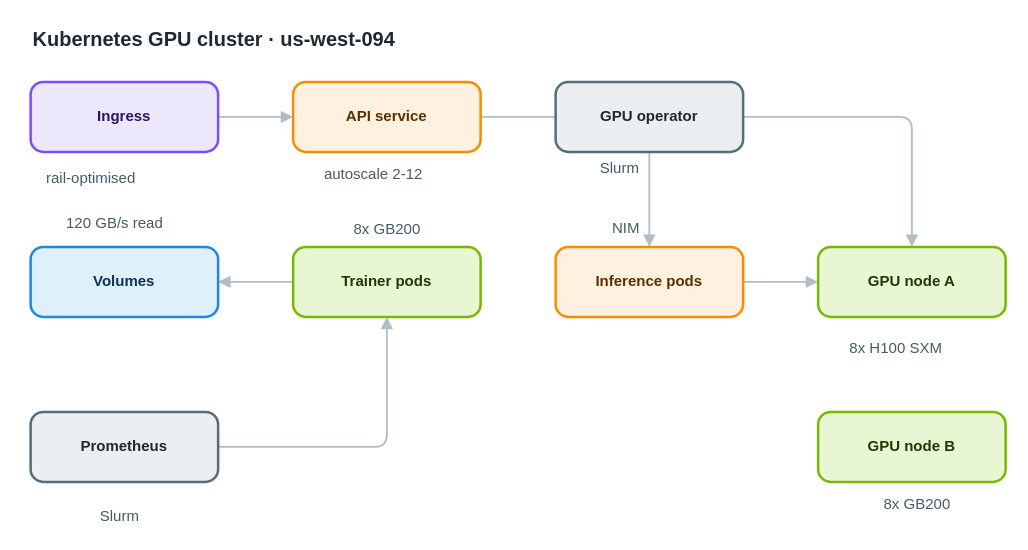
The draw.io diagram apps/web/public/samples/library/094-kubernetes-gpu-cluster.drawio in AryanG01/open-apprentice, before the edit. Source tidied: cells renumbered, new cells numbered last; positions are measured from the earlier drawing's top-left corner, leaving out a move shared by most shapes. Both pictures are drawn from the tidied source at 125%, with x=0, y=0 at pixel (21, 21).
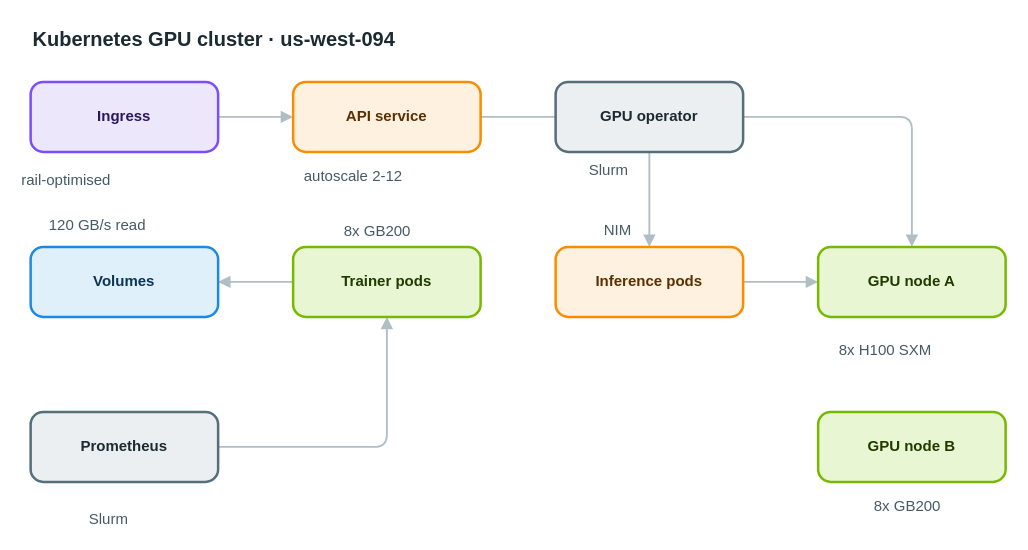
Above is the later version.

The edit, as a diff of the source:
```diff
@@
-    <mxCell id="18" value="rail-optimised" style="text;html=1;align=center;verticalAlign=middle;whiteSpace=nowrap;strokeColor=none;fillColor=none;fontSize=12;fontColor=#455a64;" parent="1" vertex="1">
+    <mxCell id="18" value="rail-optimised" style="text;html=1;align=left;verticalAlign=top;whiteSpace=nowrap;spacing=0;spacingTop=0;strokeColor=none;fillColor=none;fontSize=12;fontColor=#455a64;" parent="1" vertex="1">
       <mxGeometry y="115" width="110" height="20" as="geometry" />
     </mxCell>
-    <mxCell id="19" value="autoscale 2-12" style="text;html=1;align=center;verticalAlign=middle;whiteSpace=nowrap;strokeColor=none;fillColor=none;fontSize=12;fontColor=#455a64;" parent="1" vertex="1">
+    <mxCell id="19" value="autoscale 2-12" style="text;html=1;align=left;verticalAlign=top;whiteSpace=nowrap;spacing=0;spacingTop=0;strokeColor=none;fillColor=none;fontSize=12;fontColor=#455a64;" parent="1" vertex="1">
       <mxGeometry x="226" y="112" width="110" height="20" as="geometry" />
     </mxCell>
-    <mxCell id="20" value="Slurm" style="text;html=1;align=center;verticalAlign=middle;whiteSpace=nowrap;strokeColor=none;fillColor=none;fontSize=12;fontColor=#455a64;" parent="1" vertex="1">
+    <mxCell id="20" value="Slurm" style="text;html=1;align=left;verticalAlign=top;whiteSpace=nowrap;spacing=0;spacingTop=0;strokeColor=none;fillColor=none;fontSize=12;fontColor=#455a64;" parent="1" vertex="1">
       <mxGeometry x="454" y="107" width="47" height="20" as="geometry" />
     </mxCell>
-    <mxCell id="21" value="8x GB200" style="text;html=1;align=center;verticalAlign=middle;whiteSpace=nowrap;strokeColor=none;fillColor=none;fontSize=12;fontColor=#455a64;" parent="1" vertex="1">
+    <mxCell id="21" value="8x GB200" style="text;html=1;align=left;verticalAlign=top;whiteSpace=nowrap;spacing=0;spacingTop=0;strokeColor=none;fillColor=none;fontSize=12;fontColor=#455a64;" parent="1" vertex="1">
       <mxGeometry x="258" y="156" width="68" height="20" as="geometry" />
     </mxCell>
-    <mxCell id="22" value="NIM" style="text;html=1;align=center;verticalAlign=middle;whiteSpace=nowrap;strokeColor=none;fillColor=none;fontSize=12;fontColor=#455a64;" parent="1" vertex="1">
+    <mxCell id="22" value="NIM" style="text;html=1;align=left;verticalAlign=top;whiteSpace=nowrap;spacing=0;spacingTop=0;strokeColor=none;fillColor=none;fontSize=12;fontColor=#455a64;" parent="1" vertex="1">
       <mxGeometry x="466" y="155" width="33" height="20" as="geometry" />
     </mxCell>
-    <mxCell id="23" value="8x H100 SXM" style="text;html=1;align=center;verticalAlign=middle;whiteSpace=nowrap;strokeColor=none;fillColor=none;fontSize=12;fontColor=#455a64;" parent="1" vertex="1">
+    <mxCell id="23" value="8x H100 SXM" style="text;html=1;align=left;verticalAlign=top;whiteSpace=nowrap;spacing=0;spacingTop=0;strokeColor=none;fillColor=none;fontSize=12;fontColor=#455a64;" parent="1" vertex="1">
       <mxGeometry x="654" y="251" width="89" height="20" as="geometry" />
     </mxCell>
-    <mxCell id="24" value="8x GB200" style="text;html=1;align=center;verticalAlign=middle;whiteSpace=nowrap;strokeColor=none;fillColor=none;fontSize=12;fontColor=#455a64;" parent="1" vertex="1">
+    <mxCell id="24" value="8x GB200" style="text;html=1;align=left;verticalAlign=top;whiteSpace=nowrap;spacing=0;spacingTop=0;strokeColor=none;fillColor=none;fontSize=12;fontColor=#455a64;" parent="1" vertex="1">
       <mxGeometry x="682" y="376" width="68" height="20" as="geometry" />
     </mxCell>
-    <mxCell id="25" value="120 GB/s read" style="text;html=1;align=center;verticalAlign=middle;whiteSpace=nowrap;strokeColor=none;fillColor=none;fontSize=12;fontColor=#455a64;" parent="1" vertex="1">
+    <mxCell id="25" value="120 GB/s read" style="text;html=1;align=left;verticalAlign=top;whiteSpace=nowrap;spacing=0;spacingTop=0;strokeColor=none;fillColor=none;fontSize=12;fontColor=#455a64;" parent="1" vertex="1">
       <mxGeometry x="22" y="151" width="103" height="20" as="geometry" />
     </mxCell>
-    <mxCell id="26" value="Slurm" style="text;html=1;align=center;verticalAlign=middle;whiteSpace=nowrap;strokeColor=none;fillColor=none;fontSize=12;fontColor=#455a64;" parent="1" vertex="1">
+    <mxCell id="26" value="Slurm" style="text;html=1;align=left;verticalAlign=top;whiteSpace=nowrap;spacing=0;spacingTop=0;strokeColor=none;fillColor=none;fontSize=12;fontColor=#455a64;" parent="1" vertex="1">
       <mxGeometry x="54" y="386" width="47" height="20" as="geometry" />
     </mxCell>
```
